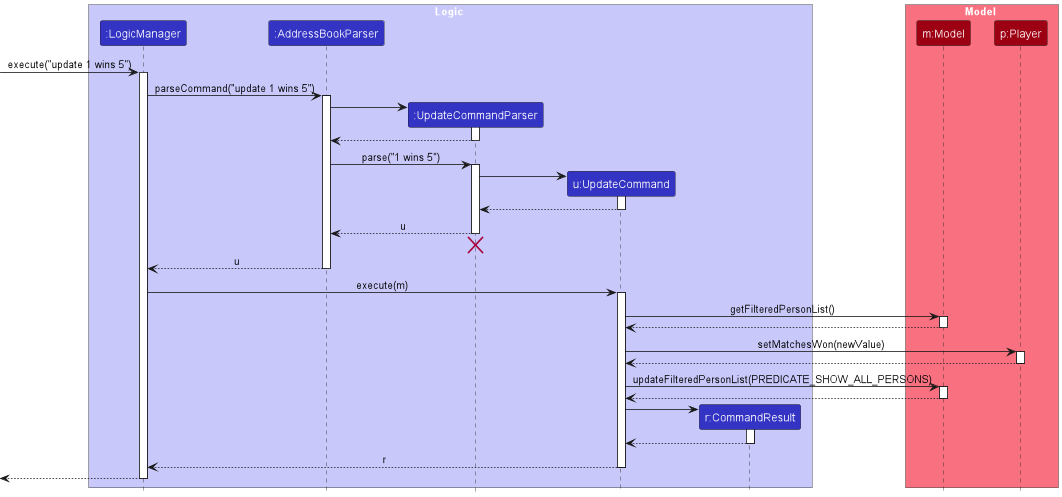
AY2526S2-CS2103-F08-2/tp keeps this PlantUML diagram as docs/images/UpdateSequenceDiagram.png. Above is the earlier version.
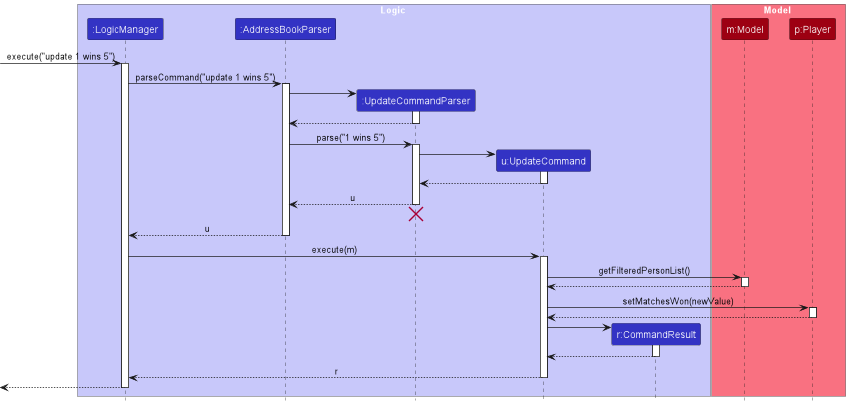
After the commit.

Commit message:
Update UML to correct

Diff of the diagram source:
```diff
@@ -59,11 +59,6 @@
 Player --> UpdateCommand
 deactivate Player
 
-UpdateCommand -> Model : updateFilteredPersonList(PREDICATE_SHOW_ALL_PERSONS)
-activate Model
-Model --> UpdateCommand
-deactivate Model
-
 create CommandResult
 UpdateCommand -> CommandResult
 activate CommandResult
```
